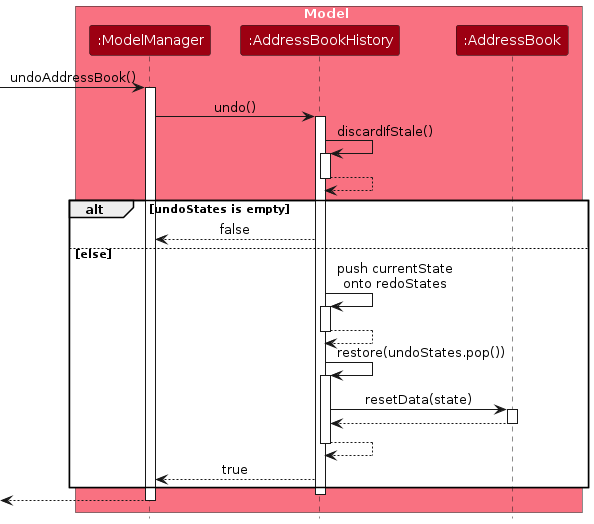
The PlantUML diagram diagrams/UndoSequenceDiagram-Model.png in AY2627S1-CS2103T-F15-3/tp, before a commit. Its source is kept beside it as diagrams/UndoSequenceDiagram-Model.puml. Source of this version:
```plantuml
@startuml
!include style.puml
skinparam ArrowFontStyle plain

box Model MODEL_COLOR_T1
participant ":ModelManager" as ModelManager MODEL_COLOR
participant ":AddressBookHistory" as AddressBookHistory MODEL_COLOR
participant ":AddressBook" as AddressBook MODEL_COLOR
end box

[-> ModelManager : undoAddressBook()
activate ModelManager

ModelManager -> AddressBookHistory : undo()
activate AddressBookHistory

AddressBookHistory -> AddressBookHistory : discardIfStale()
activate AddressBookHistory
AddressBookHistory --> AddressBookHistory
deactivate AddressBookHistory

alt undoStates is empty
    AddressBookHistory --> ModelManager : false
else else
    AddressBookHistory -> AddressBookHistory : push currentState\nonto redoStates
    activate AddressBookHistory
    AddressBookHistory --> AddressBookHistory
    deactivate AddressBookHistory

    AddressBookHistory -> AddressBookHistory : restore(undoStates.pop())
    activate AddressBookHistory

    AddressBookHistory -> AddressBook : resetData(state)
    activate AddressBook
    AddressBook --> AddressBookHistory
    deactivate AddressBook

    AddressBookHistory --> AddressBookHistory
    deactivate AddressBookHistory

    AddressBookHistory --> ModelManager : true
end
deactivate AddressBookHistory

[<-- ModelManager
deactivate ModelManager

@enduml
```
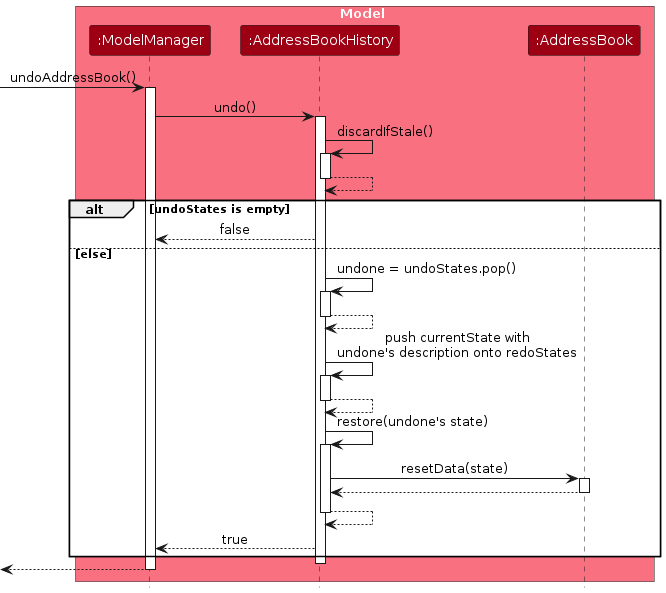
Later version of the same file.

The edit, as a diff of the source:
```diff
@@ -22,12 +22,17 @@
 alt undoStates is empty
     AddressBookHistory --> ModelManager : false
 else else
-    AddressBookHistory -> AddressBookHistory : push currentState\nonto redoStates
+    AddressBookHistory -> AddressBookHistory : undone = undoStates.pop()
     activate AddressBookHistory
     AddressBookHistory --> AddressBookHistory
     deactivate AddressBookHistory
 
-    AddressBookHistory -> AddressBookHistory : restore(undoStates.pop())
+    AddressBookHistory -> AddressBookHistory : push currentState with\nundone's description onto redoStates
+    activate AddressBookHistory
+    AddressBookHistory --> AddressBookHistory
+    deactivate AddressBookHistory
+
+    AddressBookHistory -> AddressBookHistory : restore(undone's state)
     activate AddressBookHistory
 
     AddressBookHistory -> AddressBook : resetData(state)
```
